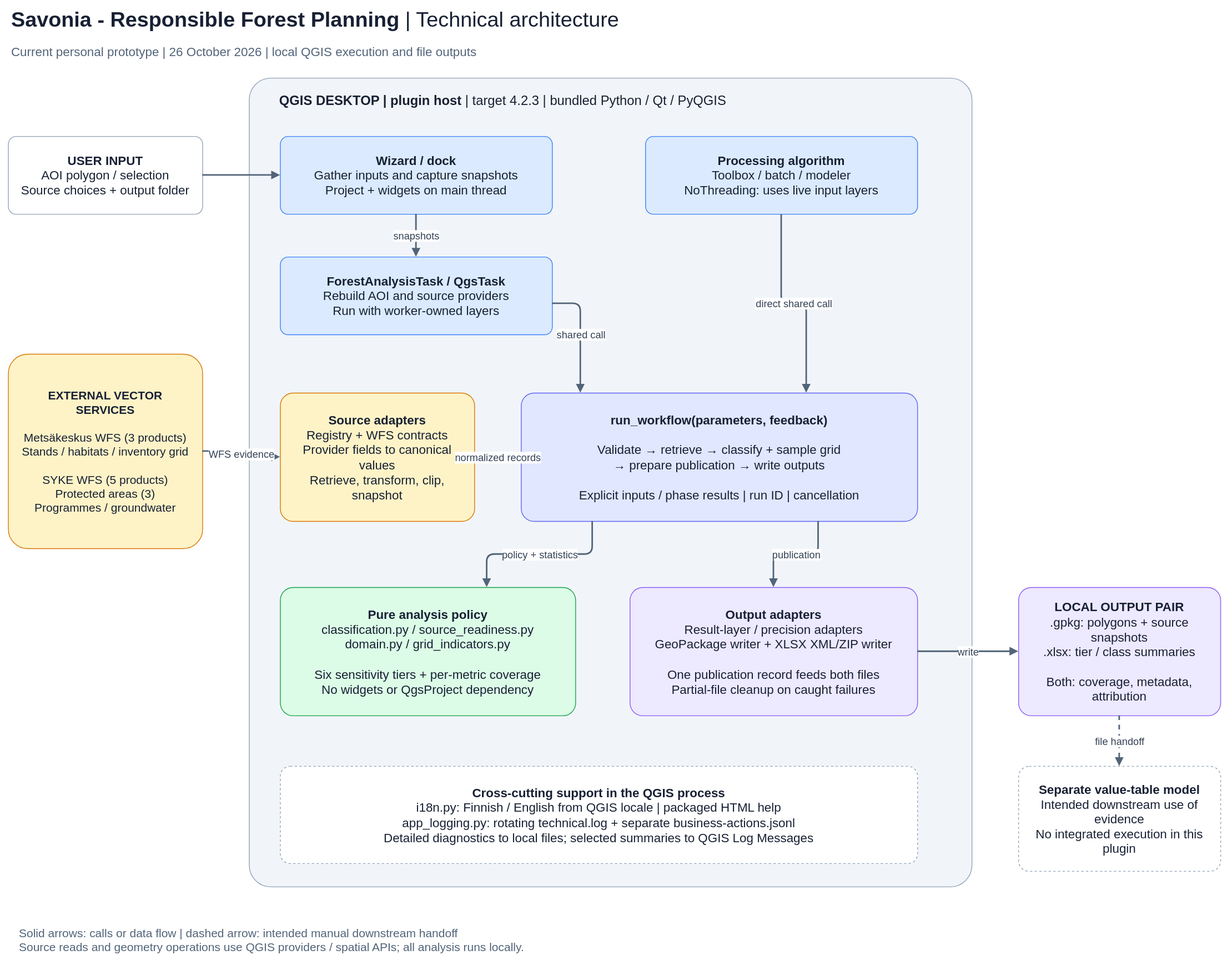
Earlier version of the draw.io export docs/architecture/technical-architecture.svg (anttikajanus/savonia-responsible-forest-planning-tool). Source tidied: cells renumbered, new cells last; positions are measured from the earlier drawing's top-left corner, leaving out a move shared by most shapes.
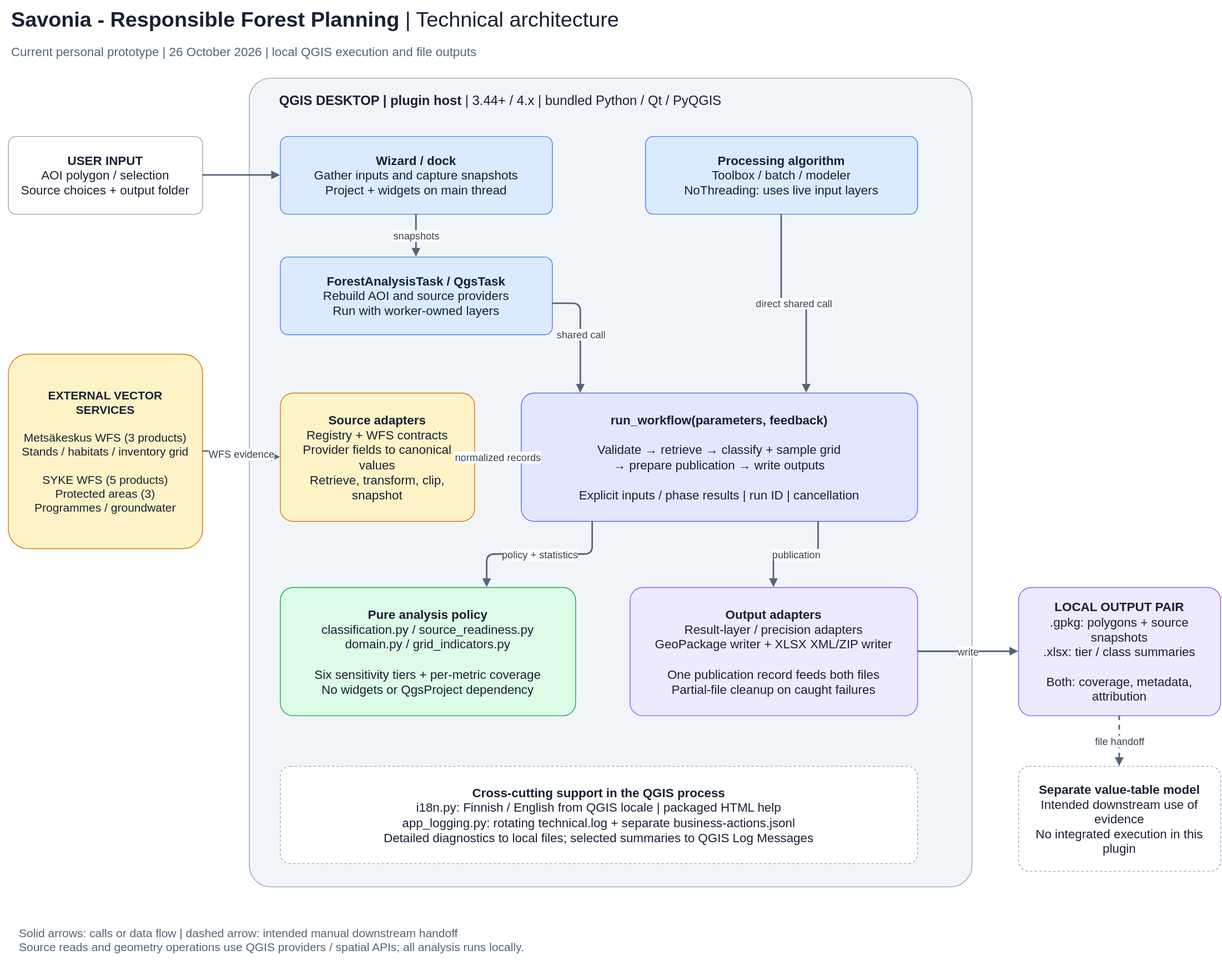
The same diagram one commit later.

Change to the diagram source:
```diff
@@ -11,7 +11,7 @@
     <mxCell id="4" style="rounded=1;whiteSpace=wrap;html=1;arcSize=3;fillColor=#f1f5f9;strokeColor=#94a3b8;fontColor=#172033;fontFamily=Arial;fontSize=16;spacing=14;" parent="1" vertex="1">
       <mxGeometry x="320" y="100" width="930" height="1040" as="geometry" />
     </mxCell>
-    <mxCell id="5" value="&lt;b&gt;QGIS DESKTOP | plugin host&lt;/b&gt; | target 4.2.3 | bundled Python / Qt / PyQGIS" style="rounded=1;whiteSpace=wrap;html=1;arcSize=10;fillColor=none;strokeColor=none;fontColor=#172033;fontFamily=Arial;fontSize=16;spacing=14;align=left;fontSize=17;" parent="1" vertex="1">
+    <mxCell id="5" value="&lt;b&gt;QGIS DESKTOP | plugin host&lt;/b&gt; | 3.44+ / 4.x | bundled Python / Qt / PyQGIS" style="rounded=1;whiteSpace=wrap;html=1;arcSize=10;fillColor=none;strokeColor=none;fontColor=#172033;fontFamily=Arial;fontSize=16;spacing=14;align=left;fontSize=17;" parent="1" vertex="1">
       <mxGeometry x="345" y="110" width="880" height="40" as="geometry" />
     </mxCell>
     <mxCell id="6" value="&lt;b&gt;USER INPUT&lt;/b&gt;&lt;br/&gt;AOI polygon / selection&lt;br/&gt;Source choices + output folder" style="rounded=1;whiteSpace=wrap;html=1;arcSize=10;fillColor=#ffffff;strokeColor=#94a3b8;fontColor=#172033;fontFamily=Arial;fontSize=16;spacing=14;" parent="1" vertex="1">
```
